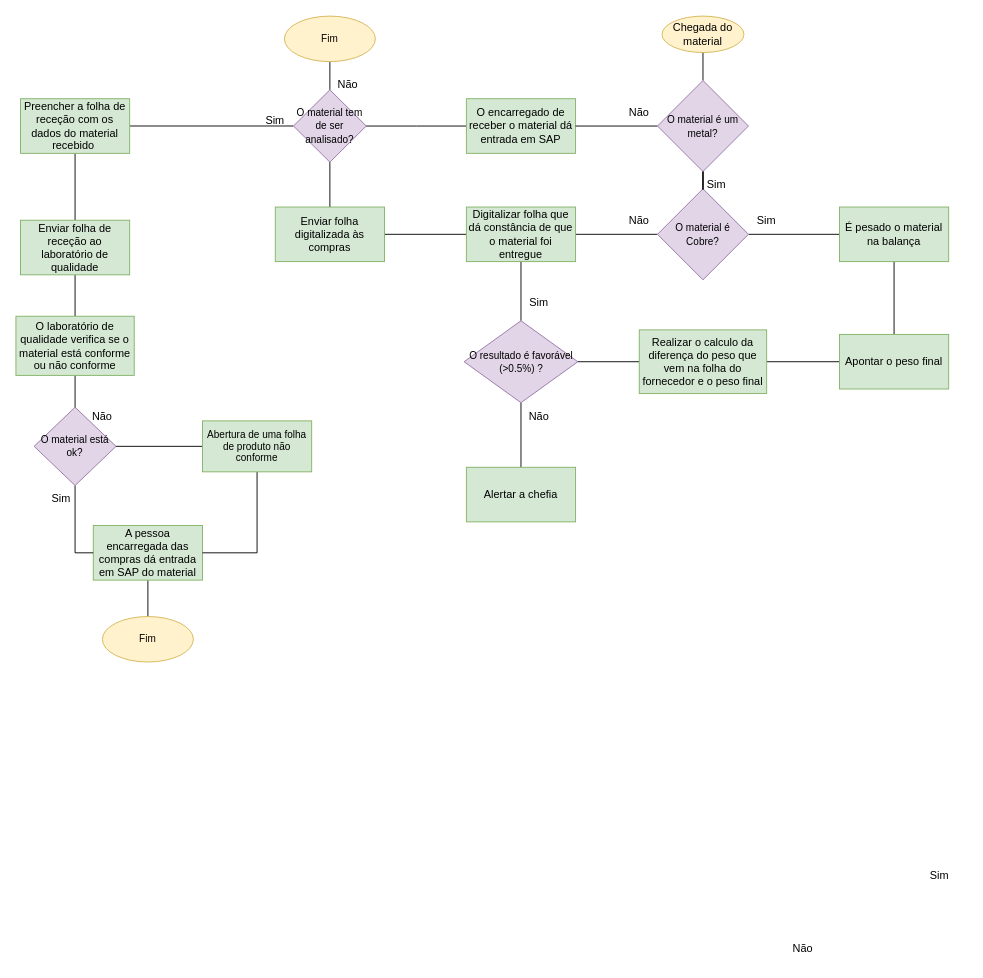
The draw.io diagram Untitled Diagram.drawio in roxanna-df/roxanna-df, before the edit. Source tidied: cells renumbered, new cells numbered last; positions are measured from the earlier drawing's top-left corner, leaving out a move shared by most shapes. Both pictures are drawn from the tidied source at 91%, with x=0, y=0 at pixel (15, 15).
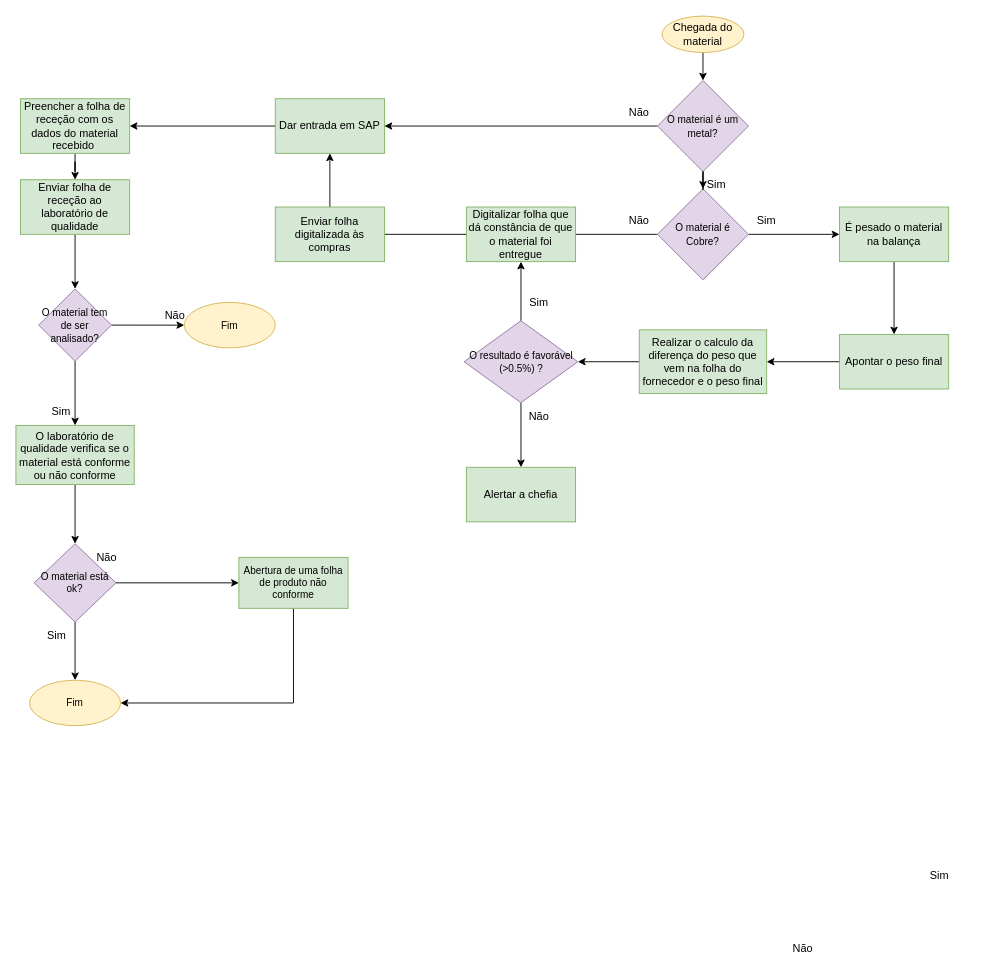
Above is the later version.

Unchanged cells that the change refers to:
```xml
<mxCell id="3" value="Chegada do material" style="ellipse;whiteSpace=wrap;html=1;fillColor=#fff2cc;strokeColor=#d6b656;" parent="1" vertex="1">
  <mxGeometry x="710" y="0.2" width="90" height="40" as="geometry" />
</mxCell>
<mxCell id="6" value="&lt;font style=&quot;font-size: 11px;&quot;&gt;O material é Cobre?&lt;/font&gt;" style="rhombus;whiteSpace=wrap;html=1;fillColor=#e1d5e7;strokeColor=#9673a6;" parent="1" vertex="1">
  <mxGeometry x="705" y="190" width="100" height="100" as="geometry" />
</mxCell>
<mxCell id="10" value="É pesado o material na balança" style="rounded=0;whiteSpace=wrap;html=1;fillColor=#d5e8d4;strokeColor=#82b366;" parent="1" vertex="1">
  <mxGeometry x="905" y="210" width="120" height="60" as="geometry" />
</mxCell>
<mxCell id="12" value="Apontar o peso final" style="rounded=0;whiteSpace=wrap;html=1;fillColor=#d5e8d4;strokeColor=#82b366;" parent="1" vertex="1">
  <mxGeometry x="905" y="350" width="120" height="60" as="geometry" />
</mxCell>
<mxCell id="15" value="&lt;font style=&quot;font-size: 11px;&quot;&gt;O resultado é favorável (&amp;gt;0.5%) ?&lt;/font&gt;" style="rhombus;whiteSpace=wrap;html=1;fillColor=#e1d5e7;strokeColor=#9673a6;" parent="1" vertex="1">
  <mxGeometry x="492.5" y="335" width="125" height="90" as="geometry" />
</mxCell>
<mxCell id="28" value="Realizar o calculo da diferença do peso que vem na folha do fornecedor e o peso final" style="rounded=0;whiteSpace=wrap;html=1;fillColor=#d5e8d4;strokeColor=#82b366;" parent="1" vertex="1">
  <mxGeometry x="685" y="345" width="140" height="70" as="geometry" />
</mxCell>
<mxCell id="30" value="Digitalizar folha que dá constância de que o material foi entregue" style="rounded=0;whiteSpace=wrap;html=1;fillColor=#d5e8d4;strokeColor=#82b366;" parent="1" vertex="1">
  <mxGeometry x="495" y="210" width="120" height="60" as="geometry" />
</mxCell>
<mxCell id="32" value="Enviar folha digitalizada às compras" style="rounded=0;whiteSpace=wrap;html=1;fillColor=#d5e8d4;strokeColor=#82b366;" parent="1" vertex="1">
  <mxGeometry x="285" y="210" width="120" height="60" as="geometry" />
</mxCell>
<mxCell id="33" value="Alertar a chefia" style="rounded=0;whiteSpace=wrap;html=1;fillColor=#d5e8d4;strokeColor=#82b366;" parent="1" vertex="1">
  <mxGeometry x="495" y="496" width="120" height="60" as="geometry" />
</mxCell>
<mxCell id="37" value="Preencher a folha de receção com os dados do material recebido&amp;nbsp;" style="rounded=0;whiteSpace=wrap;html=1;fillColor=#d5e8d4;strokeColor=#82b366;" parent="1" vertex="1">
  <mxGeometry x="5" y="91" width="120" height="60" as="geometry" />
</mxCell>
<mxCell id="46" value="&lt;font style=&quot;font-size: 11px;&quot;&gt;O material é um metal?&lt;/font&gt;" style="rhombus;whiteSpace=wrap;html=1;fillColor=#e1d5e7;strokeColor=#9673a6;" parent="1" vertex="1">
  <mxGeometry x="705" y="71" width="100" height="100" as="geometry" />
</mxCell>
```

Diff of the diagram source:
```diff
@@
-    <mxCell id="2" style="edgeStyle=orthogonalEdgeStyle;rounded=0;jettySize=auto;html=1;exitX=0.5;exitY=1;exitDx=0;exitDy=0;entryX=0.5;entryY=0;entryDx=0;entryDy=0;endArrow=none;endFill=0;" parent="1" edge="1" source="3" target="46">
+    <mxCell id="2" style="edgeStyle=orthogonalEdgeStyle;rounded=0;jettySize=auto;html=1;exitX=0.5;exitY=1;exitDx=0;exitDy=0;entryX=0.5;entryY=0;entryDx=0;entryDy=0;endArrow=classic;endFill=1;" parent="1" edge="1" source="3" target="46">
       <mxGeometry relative="1" as="geometry" />
     </mxCell>
@@
-    <mxCell id="4" style="edgeStyle=orthogonalEdgeStyle;rounded=0;jettySize=auto;html=1;exitX=1;exitY=0.5;exitDx=0;exitDy=0;endArrow=none;endFill=0;" parent="1" edge="1" source="6" target="10">
+    <mxCell id="4" style="edgeStyle=orthogonalEdgeStyle;rounded=0;jettySize=auto;html=1;exitX=1;exitY=0.5;exitDx=0;exitDy=0;endArrow=classic;endFill=1;" parent="1" edge="1" source="6" target="10">
       <mxGeometry relative="1" as="geometry" />
     </mxCell>
@@
-    <mxCell id="9" style="edgeStyle=orthogonalEdgeStyle;rounded=0;jettySize=auto;html=1;exitX=0.5;exitY=1;exitDx=0;exitDy=0;endArrow=none;endFill=0;" parent="1" edge="1" source="10" target="12">
+    <mxCell id="9" style="edgeStyle=orthogonalEdgeStyle;rounded=0;jettySize=auto;html=1;exitX=0.5;exitY=1;exitDx=0;exitDy=0;endArrow=classic;endFill=1;" parent="1" edge="1" source="10" target="12">
       <mxGeometry relative="1" as="geometry" />
     </mxCell>
@@
-    <mxCell id="11" style="edgeStyle=orthogonalEdgeStyle;rounded=0;jettySize=auto;html=1;exitX=0;exitY=0.5;exitDx=0;exitDy=0;endArrow=none;endFill=0;" parent="1" edge="1" source="12" target="28">
+    <mxCell id="11" style="edgeStyle=orthogonalEdgeStyle;rounded=0;jettySize=auto;html=1;exitX=0;exitY=0.5;exitDx=0;exitDy=0;endArrow=classic;endFill=1;" parent="1" edge="1" source="12" target="28">
       <mxGeometry relative="1" as="geometry" />
     </mxCell>
@@
-    <mxCell id="13" style="edgeStyle=orthogonalEdgeStyle;rounded=0;jettySize=auto;html=1;exitX=0.5;exitY=1;exitDx=0;exitDy=0;endArrow=none;endFill=0;" parent="1" edge="1" source="15" target="33">
+    <mxCell id="13" style="edgeStyle=orthogonalEdgeStyle;rounded=0;jettySize=auto;html=1;exitX=0.5;exitY=1;exitDx=0;exitDy=0;endArrow=classic;endFill=1;" parent="1" edge="1" source="15" target="33">
       <mxGeometry relative="1" as="geometry" />
     </mxCell>
-    <mxCell id="14" style="edgeStyle=orthogonalEdgeStyle;rounded=0;jettySize=auto;html=1;exitX=0.5;exitY=0;exitDx=0;exitDy=0;entryX=0.5;entryY=1;entryDx=0;entryDy=0;endArrow=none;endFill=0;" parent="1" edge="1" source="15" target="30">
+    <mxCell id="14" style="edgeStyle=orthogonalEdgeStyle;rounded=0;jettySize=auto;html=1;exitX=0.5;exitY=0;exitDx=0;exitDy=0;entryX=0.5;entryY=1;entryDx=0;entryDy=0;endArrow=classic;endFill=1;" parent="1" edge="1" source="15" target="30">
       <mxGeometry relative="1" as="geometry" />
     </mxCell>
@@
-    <mxCell id="16" style="edgeStyle=orthogonalEdgeStyle;rounded=0;jettySize=auto;html=1;exitX=0.5;exitY=1;exitDx=0;exitDy=0;endArrow=none;endFill=0;" parent="1" edge="1" source="17" target="26">
-      <mxGeometry relative="1" as="geometry" />
-    </mxCell>
-    <mxCell id="17" value="A pessoa encarregada das compras dá entrada em SAP do material" style="rounded=0;whiteSpace=wrap;html=1;fillColor=#d5e8d4;strokeColor=#82b366;" parent="1" vertex="1">
-      <mxGeometry x="85" y="560" width="120" height="60" as="geometry" />
-    </mxCell>
+    <mxCell id="56" style="edgeStyle=orthogonalEdgeStyle;rounded=0;jettySize=auto;html=1;exitX=0.5;exitY=1;exitDx=0;exitDy=0;endArrow=classic;endFill=1;" parent="1" edge="1" source="20" target="41">
+      <mxGeometry relative="1" as="geometry" />
+    </mxCell>
-    <mxCell id="18" style="edgeStyle=orthogonalEdgeStyle;rounded=0;jettySize=auto;html=1;exitX=0.5;exitY=0;exitDx=0;exitDy=0;entryX=0.5;entryY=1;entryDx=0;entryDy=0;endArrow=none;endFill=0;" parent="1" edge="1" source="20" target="47">
+    <mxCell id="18" style="edgeStyle=orthogonalEdgeStyle;rounded=0;jettySize=auto;html=1;exitX=1;exitY=0.5;exitDx=0;exitDy=0;entryX=0;entryY=0.5;entryDx=0;entryDy=0;endArrow=classic;endFill=1;" parent="1" edge="1" source="20" target="47">
       <mxGeometry relative="1" as="geometry" />
     </mxCell>
-    <mxCell id="19" style="edgeStyle=orthogonalEdgeStyle;rounded=0;jettySize=auto;html=1;exitX=0;exitY=0.5;exitDx=0;exitDy=0;endArrow=none;endFill=0;" parent="1" edge="1" source="20" target="37">
-      <mxGeometry relative="1" as="geometry" />
-    </mxCell>
     <mxCell id="20" value="&lt;font style=&quot;font-size: 11px;&quot;&gt;O material tem de ser analisado?&lt;/font&gt;" style="rhombus;whiteSpace=wrap;html=1;fillColor=#e1d5e7;strokeColor=#9673a6;" parent="1" vertex="1">
-      <mxGeometry x="305" y="81.2" width="80" height="79.5" as="geometry" />
+      <mxGeometry x="25" y="300" width="80" height="79.5" as="geometry" />
     </mxCell>
-    <mxCell id="21" style="edgeStyle=orthogonalEdgeStyle;rounded=0;jettySize=auto;html=1;exitX=0.5;exitY=1;exitDx=0;exitDy=0;entryX=0;entryY=0.5;entryDx=0;entryDy=0;fontSize=11;endArrow=none;endFill=0;" parent="1" edge="1" source="23" target="17">
-      <mxGeometry relative="1" as="geometry" />
-    </mxCell>
-    <mxCell id="22" style="edgeStyle=orthogonalEdgeStyle;rounded=0;jettySize=auto;html=1;exitX=1;exitY=0.5;exitDx=0;exitDy=0;entryX=0;entryY=0.5;entryDx=0;entryDy=0;endArrow=none;endFill=0;" parent="1" edge="1" source="23" target="43">
+    <mxCell id="22" style="edgeStyle=orthogonalEdgeStyle;rounded=0;jettySize=auto;html=1;exitX=1;exitY=0.5;exitDx=0;exitDy=0;entryX=0;entryY=0.5;entryDx=0;entryDy=0;endArrow=classic;endFill=1;" parent="1" edge="1" source="23" target="43">
       <mxGeometry relative="1" as="geometry" />
     </mxCell>
+    <mxCell id="57" style="edgeStyle=orthogonalEdgeStyle;rounded=0;jettySize=auto;html=1;exitX=0.5;exitY=1;exitDx=0;exitDy=0;endArrow=classic;endFill=1;" parent="1" edge="1" source="23" target="26">
+      <mxGeometry relative="1" as="geometry" />
+    </mxCell>
     <mxCell id="23" value="O material está ok?" style="rhombus;whiteSpace=wrap;html=1;fontSize=11;fillColor=#e1d5e7;strokeColor=#9673a6;" parent="1" vertex="1">
-      <mxGeometry x="20" y="430" width="90" height="86" as="geometry" />
+      <mxGeometry x="20" y="580" width="90" height="86" as="geometry" />
     </mxCell>
@@
     <mxCell id="26" value="Fim" style="ellipse;whiteSpace=wrap;html=1;fontSize=11;fillColor=#fff2cc;strokeColor=#d6b656;" parent="1" vertex="1">
-      <mxGeometry x="95" y="660" width="100" height="50" as="geometry" />
+      <mxGeometry x="15" y="730" width="100" height="50" as="geometry" />
     </mxCell>
-    <mxCell id="27" style="edgeStyle=orthogonalEdgeStyle;rounded=0;jettySize=auto;html=1;exitX=0;exitY=0.5;exitDx=0;exitDy=0;entryX=1;entryY=0.5;entryDx=0;entryDy=0;endArrow=none;endFill=0;" parent="1" edge="1" source="28" target="15">
+    <mxCell id="27" style="edgeStyle=orthogonalEdgeStyle;rounded=0;jettySize=auto;html=1;exitX=0;exitY=0.5;exitDx=0;exitDy=0;entryX=1;entryY=0.5;entryDx=0;entryDy=0;endArrow=classic;endFill=1;" parent="1" edge="1" source="28" target="15">
       <mxGeometry relative="1" as="geometry" />
     </mxCell>
@@
-    <mxCell id="31" style="edgeStyle=orthogonalEdgeStyle;rounded=0;jettySize=auto;html=1;exitX=0.5;exitY=0;exitDx=0;exitDy=0;endArrow=none;endFill=0;" parent="1" edge="1" source="32" target="20">
-      <mxGeometry relative="1" as="geometry" />
-    </mxCell>
+    <mxCell id="58" style="edgeStyle=orthogonalEdgeStyle;rounded=0;jettySize=auto;html=1;exitX=0.5;exitY=0;exitDx=0;exitDy=0;entryX=0.5;entryY=1;entryDx=0;entryDy=0;endArrow=classic;endFill=1;" parent="1" edge="1" source="32" target="35">
+      <mxGeometry relative="1" as="geometry" />
+    </mxCell>
@@
-    <mxCell id="34" style="edgeStyle=orthogonalEdgeStyle;rounded=0;jettySize=auto;html=1;exitX=0;exitY=0.5;exitDx=0;exitDy=0;endArrow=none;endFill=0;" parent="1" edge="1" source="35" target="20">
-      <mxGeometry relative="1" as="geometry" />
-    </mxCell>
+    <mxCell id="59" style="edgeStyle=orthogonalEdgeStyle;rounded=0;jettySize=auto;html=1;exitX=0;exitY=0.5;exitDx=0;exitDy=0;entryX=1;entryY=0.5;entryDx=0;entryDy=0;endArrow=classic;endFill=1;" parent="1" edge="1" source="35" target="37">
+      <mxGeometry relative="1" as="geometry" />
+    </mxCell>
-    <mxCell id="35" value="O encarregado de receber o material dá entrada em SAP" style="rounded=0;whiteSpace=wrap;html=1;fillColor=#d5e8d4;strokeColor=#82b366;" parent="1" vertex="1">
-      <mxGeometry x="495" y="91" width="120" height="60" as="geometry" />
+    <mxCell id="35" value="Dar entrada em SAP" style="rounded=0;whiteSpace=wrap;html=1;fillColor=#d5e8d4;strokeColor=#82b366;" parent="1" vertex="1">
+      <mxGeometry x="285" y="91" width="120" height="60" as="geometry" />
     </mxCell>
-    <mxCell id="36" style="edgeStyle=orthogonalEdgeStyle;rounded=0;jettySize=auto;html=1;exitX=0.5;exitY=1;exitDx=0;exitDy=0;endArrow=none;endFill=0;" parent="1" edge="1" source="37" target="39">
+    <mxCell id="36" style="edgeStyle=orthogonalEdgeStyle;rounded=0;jettySize=auto;html=1;exitX=0.5;exitY=1;exitDx=0;exitDy=0;endArrow=classic;endFill=1;" parent="1" edge="1" source="37" target="39">
       <mxGeometry relative="1" as="geometry" />
     </mxCell>
@@
-    <mxCell id="38" style="edgeStyle=orthogonalEdgeStyle;rounded=0;jettySize=auto;html=1;exitX=0.5;exitY=1;exitDx=0;exitDy=0;endArrow=none;endFill=0;" parent="1" edge="1" source="39" target="41">
-      <mxGeometry relative="1" as="geometry" />
-    </mxCell>
+    <mxCell id="60" style="edgeStyle=orthogonalEdgeStyle;rounded=0;jettySize=auto;html=1;exitX=0.5;exitY=1;exitDx=0;exitDy=0;entryX=0.5;entryY=0;entryDx=0;entryDy=0;endArrow=classic;endFill=1;" parent="1" edge="1" source="39" target="20">
+      <mxGeometry relative="1" as="geometry" />
+    </mxCell>
     <mxCell id="39" value="Enviar folha de receção ao laboratório de qualidade" style="rounded=0;whiteSpace=wrap;html=1;fillColor=#d5e8d4;strokeColor=#82b366;" parent="1" vertex="1">
-      <mxGeometry x="5" y="224.5" width="120" height="60" as="geometry" />
+      <mxGeometry x="5" y="180" width="120" height="60" as="geometry" />
     </mxCell>
-    <mxCell id="40" style="edgeStyle=orthogonalEdgeStyle;rounded=0;jettySize=auto;html=1;exitX=0.5;exitY=1;exitDx=0;exitDy=0;entryX=0.5;entryY=0;entryDx=0;entryDy=0;endArrow=none;endFill=0;" parent="1" edge="1" source="41" target="23">
+    <mxCell id="40" style="edgeStyle=orthogonalEdgeStyle;rounded=0;jettySize=auto;html=1;exitX=0.5;exitY=1;exitDx=0;exitDy=0;entryX=0.5;entryY=0;entryDx=0;entryDy=0;endArrow=classic;endFill=1;" parent="1" edge="1" source="41" target="23">
       <mxGeometry relative="1" as="geometry" />
     </mxCell>
     <mxCell id="41" value="O laboratório de qualidade verifica se o material está conforme ou não conforme" style="rounded=0;whiteSpace=wrap;html=1;fillColor=#d5e8d4;strokeColor=#82b366;" parent="1" vertex="1">
-      <mxGeometry y="330" width="130" height="65" as="geometry" />
+      <mxGeometry y="450" width="130" height="65" as="geometry" />
     </mxCell>
-    <mxCell id="42" style="edgeStyle=orthogonalEdgeStyle;rounded=0;jettySize=auto;html=1;exitX=0.5;exitY=1;exitDx=0;exitDy=0;entryX=1;entryY=0.5;entryDx=0;entryDy=0;endArrow=none;endFill=0;" parent="1" edge="1" source="43" target="17">
-      <mxGeometry relative="1" as="geometry" />
-    </mxCell>
+    <mxCell id="61" style="edgeStyle=orthogonalEdgeStyle;rounded=0;jettySize=auto;html=1;exitX=0.5;exitY=1;exitDx=0;exitDy=0;entryX=1;entryY=0.5;entryDx=0;entryDy=0;endArrow=classic;endFill=1;" parent="1" edge="1" source="43" target="26">
+      <mxGeometry relative="1" as="geometry" />
+    </mxCell>
     <mxCell id="43" value="Abertura de uma folha de produto não conforme" style="rounded=0;whiteSpace=wrap;html=1;fontSize=11;fillColor=#d5e8d4;strokeColor=#82b366;" parent="1" vertex="1">
-      <mxGeometry x="205" y="445" width="120" height="56" as="geometry" />
+      <mxGeometry x="245" y="595" width="120" height="56" as="geometry" />
     </mxCell>
-    <mxCell id="44" style="edgeStyle=orthogonalEdgeStyle;rounded=0;jettySize=auto;html=1;exitX=0.5;exitY=1;exitDx=0;exitDy=0;endArrow=none;endFill=0;" parent="1" edge="1" source="46" target="6">
+    <mxCell id="44" style="edgeStyle=orthogonalEdgeStyle;rounded=0;jettySize=auto;html=1;exitX=0.5;exitY=1;exitDx=0;exitDy=0;endArrow=classic;endFill=1;" parent="1" edge="1" source="46" target="6">
       <mxGeometry relative="1" as="geometry" />
     </mxCell>
-    <mxCell id="45" style="edgeStyle=orthogonalEdgeStyle;rounded=0;jettySize=auto;html=1;exitX=0;exitY=0.5;exitDx=0;exitDy=0;endArrow=none;endFill=0;" parent="1" edge="1" source="46" target="35">
+    <mxCell id="45" style="edgeStyle=orthogonalEdgeStyle;rounded=0;jettySize=auto;html=1;exitX=0;exitY=0.5;exitDx=0;exitDy=0;endArrow=classic;endFill=1;" parent="1" edge="1" source="46" target="35">
       <mxGeometry relative="1" as="geometry" />
     </mxCell>
@@
-    <mxCell id="47" value="Fim" style="ellipse;whiteSpace=wrap;html=1;fontSize=11;fillColor=#fff2cc;strokeColor=#d6b656;" parent="1" vertex="1">
-      <mxGeometry x="295" y="0.2" width="100" height="50" as="geometry" />
-    </mxCell>
@@
     <mxCell id="52" value="Não" style="text;html=1;strokeColor=none;fillColor=none;align=center;verticalAlign=middle;whiteSpace=wrap;rounded=0;" parent="1" vertex="1">
-      <mxGeometry x="335" y="61" width="60" height="30" as="geometry" />
+      <mxGeometry x="70" y="580" width="60" height="30" as="geometry" />
     </mxCell>
     <mxCell id="53" value="Sim" style="text;html=1;strokeColor=none;fillColor=none;align=center;verticalAlign=middle;whiteSpace=wrap;rounded=0;" parent="1" vertex="1">
-      <mxGeometry x="255" y="100" width="60" height="30" as="geometry" />
+      <mxGeometry x="20" y="420" width="60" height="30" as="geometry" />
     </mxCell>
     <mxCell id="54" value="Sim" style="text;html=1;strokeColor=none;fillColor=none;align=center;verticalAlign=middle;whiteSpace=wrap;rounded=0;" parent="1" vertex="1">
-      <mxGeometry x="20" y="516" width="60" height="30" as="geometry" />
+      <mxGeometry x="15" y="666" width="60" height="30" as="geometry" />
     </mxCell>
     <mxCell id="55" value="Não" style="text;html=1;strokeColor=none;fillColor=none;align=center;verticalAlign=middle;whiteSpace=wrap;rounded=0;" parent="1" vertex="1">
-      <mxGeometry x="65" y="425" width="60" height="30" as="geometry" />
+      <mxGeometry x="145" y="314.8" width="60" height="30" as="geometry" />
     </mxCell>
+    <mxCell id="47" value="Fim" style="ellipse;whiteSpace=wrap;html=1;fontSize=11;fillColor=#fff2cc;strokeColor=#d6b656;" parent="1" vertex="1">
+      <mxGeometry x="185" y="314.8" width="100" height="50" as="geometry" />
+    </mxCell>
```
